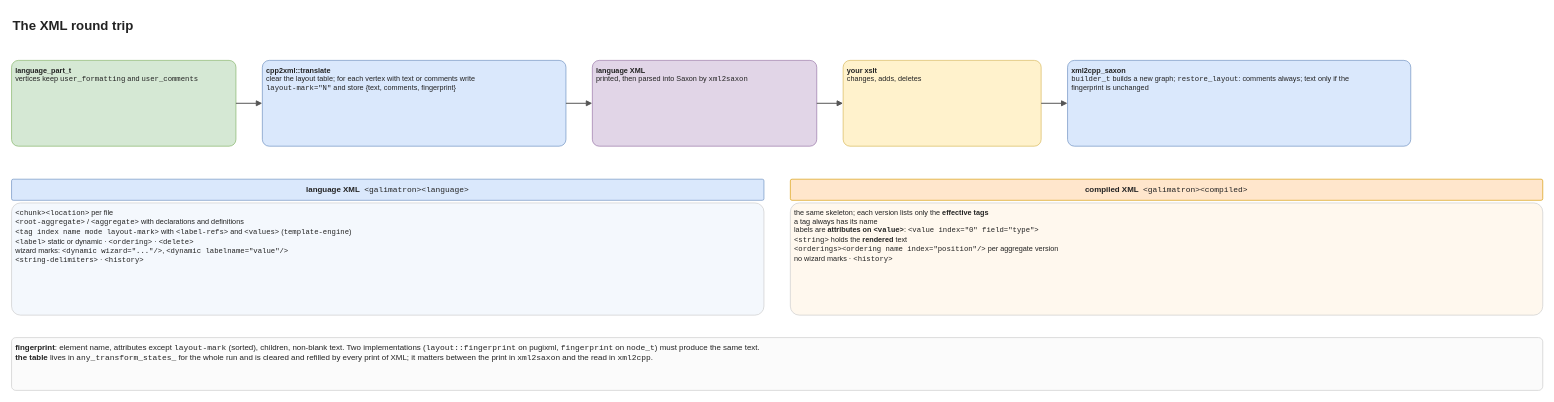
The draw.io diagram drawio/40_dev_xml_roundtrip.drawio in goloveshin/galimatron_doc, before the edit. Source tidied: cells renumbered, new cells numbered last; positions are measured from the earlier drawing's top-left corner, leaving out a move shared by most shapes. Both pictures are drawn from the tidied source at 66%, with x=0, y=0 at pixel (11, 11).
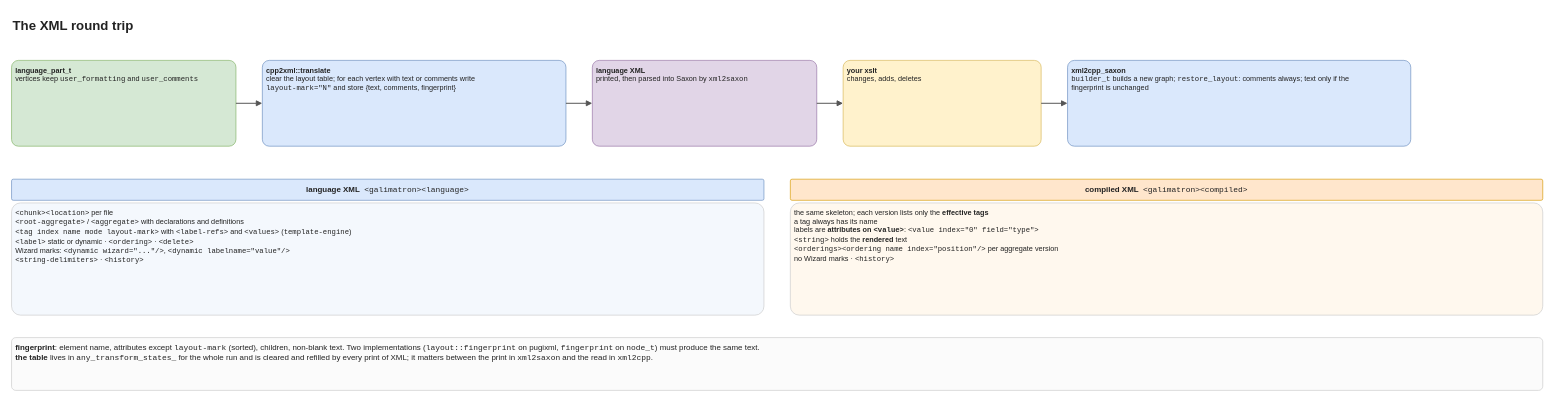
The same diagram, later.

Diff of the diagram source:
```diff
@@
 <mxGraphModel>
   <root>
     <mxCell id="0" />
     <mxCell id="1" parent="0" />
     <mxCell id="2" value="The XML round trip" style="whiteSpace=wrap;html=1;fillColor=none;strokeColor=none;strokeWidth=1;fontSize=20;fontColor=#222222;align=left;verticalAlign=top;spacingLeft=0;spacingRight=4;spacingTop=2;spacingBottom=2;rounded=0;fontStyle=1;strokeColor=none;fillColor=none;" parent="1" vertex="1">
       <mxGeometry width="1500" height="31" as="geometry" />
     </mxCell>
     <mxCell id="3" value="&lt;b&gt;language_part_t&lt;/b&gt;&lt;br&gt;vertices keep &lt;font face=&quot;Consolas&quot;&gt;user_formatting&lt;/font&gt; and &lt;font face=&quot;Consolas&quot;&gt;user_comments&lt;/font&gt;" style="whiteSpace=wrap;html=1;fillColor=#d5e8d4;strokeColor=#82b366;strokeWidth=1;fontSize=11;fontColor=#222222;align=left;verticalAlign=top;spacingLeft=4;spacingRight=4;spacingTop=2;spacingBottom=2;rounded=1;arcSize=8;" parent="1" vertex="1">
       <mxGeometry y="74" width="340" height="130" as="geometry" />
     </mxCell>
     <mxCell id="4" value="&lt;b&gt;cpp2xml::translate&lt;/b&gt;&lt;br&gt;clear the layout table; for each vertex with text or comments write&lt;br&gt;&lt;font face=&quot;Consolas&quot;&gt;layout-mark=&quot;N&quot;&lt;/font&gt; and store {text, comments, fingerprint}" style="whiteSpace=wrap;html=1;fillColor=#dae8fc;strokeColor=#6c8ebf;strokeWidth=1;fontSize=11;fontColor=#222222;align=left;verticalAlign=top;spacingLeft=4;spacingRight=4;spacingTop=2;spacingBottom=2;rounded=1;arcSize=8;" parent="1" vertex="1">
       <mxGeometry x="380" y="74" width="460" height="130" as="geometry" />
     </mxCell>
     <mxCell id="5" value="&lt;b&gt;language XML&lt;/b&gt;&lt;br&gt;printed, then parsed into Saxon by &lt;font face=&quot;Consolas&quot;&gt;xml2saxon&lt;/font&gt;" style="whiteSpace=wrap;html=1;fillColor=#e1d5e7;strokeColor=#9673a6;strokeWidth=1;fontSize=11;fontColor=#222222;align=left;verticalAlign=top;spacingLeft=4;spacingRight=4;spacingTop=2;spacingBottom=2;rounded=1;arcSize=8;" parent="1" vertex="1">
       <mxGeometry x="880" y="74" width="340" height="130" as="geometry" />
     </mxCell>
     <mxCell id="6" value="&lt;b&gt;your xslt&lt;/b&gt;&lt;br&gt;changes, adds, deletes" style="whiteSpace=wrap;html=1;fillColor=#fff2cc;strokeColor=#d6b656;strokeWidth=1;fontSize=11;fontColor=#222222;align=left;verticalAlign=top;spacingLeft=4;spacingRight=4;spacingTop=2;spacingBottom=2;rounded=1;arcSize=8;" parent="1" vertex="1">
       <mxGeometry x="1260" y="74" width="300" height="130" as="geometry" />
     </mxCell>
     <mxCell id="7" value="&lt;b&gt;xml2cpp_saxon&lt;/b&gt;&lt;br&gt;&lt;font face=&quot;Consolas&quot;&gt;builder_t&lt;/font&gt; builds a new graph; &lt;font face=&quot;Consolas&quot;&gt;restore_layout&lt;/font&gt;: comments always; text only if the&lt;br&gt;fingerprint is unchanged" style="whiteSpace=wrap;html=1;fillColor=#dae8fc;strokeColor=#6c8ebf;strokeWidth=1;fontSize=11;fontColor=#222222;align=left;verticalAlign=top;spacingLeft=4;spacingRight=4;spacingTop=2;spacingBottom=2;rounded=1;arcSize=8;" parent="1" vertex="1">
       <mxGeometry x="1600" y="74" width="520" height="130" as="geometry" />
     </mxCell>
     <mxCell id="8" style="html=1;rounded=1;strokeColor=#555555;strokeWidth=1.5;endArrow=block;endFill=1;startArrow=none;fontSize=10;fontColor=#444444;labelBackgroundColor=#ffffff;" parent="1" edge="1" source="3" target="4">
       <mxGeometry relative="1" as="geometry" />
     </mxCell>
     <mxCell id="9" style="html=1;rounded=1;strokeColor=#555555;strokeWidth=1.5;endArrow=block;endFill=1;startArrow=none;fontSize=10;fontColor=#444444;labelBackgroundColor=#ffffff;" parent="1" edge="1" source="4" target="5">
       <mxGeometry relative="1" as="geometry" />
     </mxCell>
     <mxCell id="10" style="html=1;rounded=1;strokeColor=#555555;strokeWidth=1.5;endArrow=block;endFill=1;startArrow=none;fontSize=10;fontColor=#444444;labelBackgroundColor=#ffffff;" parent="1" edge="1" source="5" target="6">
       <mxGeometry relative="1" as="geometry" />
     </mxCell>
     <mxCell id="11" style="html=1;rounded=1;strokeColor=#555555;strokeWidth=1.5;endArrow=block;endFill=1;startArrow=none;fontSize=10;fontColor=#444444;labelBackgroundColor=#ffffff;" parent="1" edge="1" source="6" target="7">
       <mxGeometry relative="1" as="geometry" />
     </mxCell>
     <mxCell id="12" value="&lt;b&gt;language XML&lt;/b&gt;&amp;nbsp;&amp;nbsp;&lt;font face=&quot;Consolas&quot;&gt;&amp;lt;galimatron&amp;gt;&amp;lt;language&amp;gt;&lt;/font&gt;" style="whiteSpace=wrap;html=1;fillColor=#dae8fc;strokeColor=#6c8ebf;strokeWidth=1;fontSize=12;fontColor=#222222;align=center;verticalAlign=middle;spacingLeft=4;spacingRight=4;spacingTop=2;spacingBottom=2;rounded=1;arcSize=8;" parent="1" vertex="1">
       <mxGeometry y="254" width="1140" height="32" as="geometry" />
     </mxCell>
     <mxCell id="13" value="&lt;b&gt;compiled XML&lt;/b&gt;&amp;nbsp;&amp;nbsp;&lt;font face=&quot;Consolas&quot;&gt;&amp;lt;galimatron&amp;gt;&amp;lt;compiled&amp;gt;&lt;/font&gt;" style="whiteSpace=wrap;html=1;fillColor=#ffe6cc;strokeColor=#d79b00;strokeWidth=1;fontSize=12;fontColor=#222222;align=center;verticalAlign=middle;spacingLeft=4;spacingRight=4;spacingTop=2;spacingBottom=2;rounded=1;arcSize=8;" parent="1" vertex="1">
       <mxGeometry x="1180" y="254" width="1140" height="32" as="geometry" />
     </mxCell>
-    <mxCell id="14" value="&lt;font face=&quot;Consolas&quot;&gt;&amp;lt;chunk&amp;gt;&amp;lt;location&amp;gt;&lt;/font&gt; per file&lt;br&gt;&lt;font face=&quot;Consolas&quot;&gt;&amp;lt;root-aggregate&amp;gt;&lt;/font&gt; / &lt;font face=&quot;Consolas&quot;&gt;&amp;lt;aggregate&amp;gt;&lt;/font&gt; with declarations and definitions&lt;br&gt;&lt;font face=&quot;Consolas&quot;&gt;&amp;lt;tag index name mode layout-mark&amp;gt;&lt;/font&gt; with &lt;font face=&quot;Consolas&quot;&gt;&amp;lt;label-refs&amp;gt;&lt;/font&gt; and &lt;font face=&quot;Consolas&quot;&gt;&amp;lt;values&amp;gt;&lt;/font&gt; (&lt;font face=&quot;Consolas&quot;&gt;template-engine&lt;/font&gt;)&lt;br&gt;&lt;font face=&quot;Consolas&quot;&gt;&amp;lt;label&amp;gt;&lt;/font&gt; static or dynamic · &lt;font face=&quot;Consolas&quot;&gt;&amp;lt;ordering&amp;gt;&lt;/font&gt; · &lt;font face=&quot;Consolas&quot;&gt;&amp;lt;delete&amp;gt;&lt;/font&gt;&lt;br&gt;wizard marks: &lt;font face=&quot;Consolas&quot;&gt;&amp;lt;dynamic wizard=&quot;...&quot;/&amp;gt;&lt;/font&gt;, &lt;font face=&quot;Consolas&quot;&gt;&amp;lt;dynamic labelname=&quot;value&quot;/&amp;gt;&lt;/font&gt;&lt;br&gt;&lt;font face=&quot;Consolas&quot;&gt;&amp;lt;string-delimiters&amp;gt;&lt;/font&gt; · &lt;font face=&quot;Consolas&quot;&gt;&amp;lt;history&amp;gt;&lt;/font&gt;" style="whiteSpace=wrap;html=1;fillColor=#f4f8fd;strokeColor=#cccccc;strokeWidth=1;fontSize=11;fontColor=#222222;align=left;verticalAlign=top;spacingLeft=4;spacingRight=4;spacingTop=2;spacingBottom=2;rounded=1;arcSize=8;" parent="1" vertex="1">
+    <mxCell id="14" value="&lt;font face=&quot;Consolas&quot;&gt;&amp;lt;chunk&amp;gt;&amp;lt;location&amp;gt;&lt;/font&gt; per file&lt;br&gt;&lt;font face=&quot;Consolas&quot;&gt;&amp;lt;root-aggregate&amp;gt;&lt;/font&gt; / &lt;font face=&quot;Consolas&quot;&gt;&amp;lt;aggregate&amp;gt;&lt;/font&gt; with declarations and definitions&lt;br&gt;&lt;font face=&quot;Consolas&quot;&gt;&amp;lt;tag index name mode layout-mark&amp;gt;&lt;/font&gt; with &lt;font face=&quot;Consolas&quot;&gt;&amp;lt;label-refs&amp;gt;&lt;/font&gt; and &lt;font face=&quot;Consolas&quot;&gt;&amp;lt;values&amp;gt;&lt;/font&gt; (&lt;font face=&quot;Consolas&quot;&gt;template-engine&lt;/font&gt;)&lt;br&gt;&lt;font face=&quot;Consolas&quot;&gt;&amp;lt;label&amp;gt;&lt;/font&gt; static or dynamic · &lt;font face=&quot;Consolas&quot;&gt;&amp;lt;ordering&amp;gt;&lt;/font&gt; · &lt;font face=&quot;Consolas&quot;&gt;&amp;lt;delete&amp;gt;&lt;/font&gt;&lt;br&gt;Wizard marks: &lt;font face=&quot;Consolas&quot;&gt;&amp;lt;dynamic wizard=&quot;...&quot;/&amp;gt;&lt;/font&gt;, &lt;font face=&quot;Consolas&quot;&gt;&amp;lt;dynamic labelname=&quot;value&quot;/&amp;gt;&lt;/font&gt;&lt;br&gt;&lt;font face=&quot;Consolas&quot;&gt;&amp;lt;string-delimiters&amp;gt;&lt;/font&gt; · &lt;font face=&quot;Consolas&quot;&gt;&amp;lt;history&amp;gt;&lt;/font&gt;" style="whiteSpace=wrap;html=1;fillColor=#f4f8fd;strokeColor=#cccccc;strokeWidth=1;fontSize=11;fontColor=#222222;align=left;verticalAlign=top;spacingLeft=4;spacingRight=4;spacingTop=2;spacingBottom=2;rounded=1;arcSize=8;" parent="1" vertex="1">
       <mxGeometry y="290" width="1140" height="170" as="geometry" />
     </mxCell>
-    <mxCell id="15" value="the same skeleton; each version lists only the &lt;b&gt;effective tags&lt;/b&gt;&lt;br&gt;a tag always has its name&lt;br&gt;labels are &lt;b&gt;attributes on &lt;font face=&quot;Consolas&quot;&gt;&amp;lt;value&amp;gt;&lt;/font&gt;&lt;/b&gt;: &lt;font face=&quot;Consolas&quot;&gt;&amp;lt;value index=&quot;0&quot; field=&quot;type&quot;&amp;gt;&lt;/font&gt;&lt;br&gt;&lt;font face=&quot;Consolas&quot;&gt;&amp;lt;string&amp;gt;&lt;/font&gt; holds the &lt;b&gt;rendered&lt;/b&gt; text&lt;br&gt;&lt;font face=&quot;Consolas&quot;&gt;&amp;lt;orderings&amp;gt;&amp;lt;ordering name index=&quot;position&quot;/&amp;gt;&lt;/font&gt; per aggregate version&lt;br&gt;no wizard marks · &lt;font face=&quot;Consolas&quot;&gt;&amp;lt;history&amp;gt;&lt;/font&gt;" style="whiteSpace=wrap;html=1;fillColor=#fff8ee;strokeColor=#cccccc;strokeWidth=1;fontSize=11;fontColor=#222222;align=left;verticalAlign=top;spacingLeft=4;spacingRight=4;spacingTop=2;spacingBottom=2;rounded=1;arcSize=8;" parent="1" vertex="1">
+    <mxCell id="15" value="the same skeleton; each version lists only the &lt;b&gt;effective tags&lt;/b&gt;&lt;br&gt;a tag always has its name&lt;br&gt;labels are &lt;b&gt;attributes on &lt;font face=&quot;Consolas&quot;&gt;&amp;lt;value&amp;gt;&lt;/font&gt;&lt;/b&gt;: &lt;font face=&quot;Consolas&quot;&gt;&amp;lt;value index=&quot;0&quot; field=&quot;type&quot;&amp;gt;&lt;/font&gt;&lt;br&gt;&lt;font face=&quot;Consolas&quot;&gt;&amp;lt;string&amp;gt;&lt;/font&gt; holds the &lt;b&gt;rendered&lt;/b&gt; text&lt;br&gt;&lt;font face=&quot;Consolas&quot;&gt;&amp;lt;orderings&amp;gt;&amp;lt;ordering name index=&quot;position&quot;/&amp;gt;&lt;/font&gt; per aggregate version&lt;br&gt;no Wizard marks · &lt;font face=&quot;Consolas&quot;&gt;&amp;lt;history&amp;gt;&lt;/font&gt;" style="whiteSpace=wrap;html=1;fillColor=#fff8ee;strokeColor=#cccccc;strokeWidth=1;fontSize=11;fontColor=#222222;align=left;verticalAlign=top;spacingLeft=4;spacingRight=4;spacingTop=2;spacingBottom=2;rounded=1;arcSize=8;" parent="1" vertex="1">
       <mxGeometry x="1180" y="290" width="1140" height="170" as="geometry" />
     </mxCell>
     <mxCell id="16" value="&lt;b&gt;fingerprint&lt;/b&gt;: element name, attributes except &lt;font face=&quot;Consolas&quot;&gt;layout-mark&lt;/font&gt; (sorted), children, non-blank text. Two implementations (&lt;font face=&quot;Consolas&quot;&gt;layout::fingerprint&lt;/font&gt; on pugixml, &lt;font face=&quot;Consolas&quot;&gt;fingerprint&lt;/font&gt; on &lt;font face=&quot;Consolas&quot;&gt;node_t&lt;/font&gt;) must produce the same text.&lt;br&gt;&lt;b&gt;the table&lt;/b&gt; lives in &lt;font face=&quot;Consolas&quot;&gt;any_transform_states_&lt;/font&gt; for the whole run and is cleared and refilled by every print of XML; it matters between the print in &lt;font face=&quot;Consolas&quot;&gt;xml2saxon&lt;/font&gt; and the read in &lt;font face=&quot;Consolas&quot;&gt;xml2cpp&lt;/font&gt;." style="whiteSpace=wrap;html=1;fillColor=#fbfbfb;strokeColor=#cccccc;strokeWidth=1;fontSize=12;fontColor=#222222;align=left;verticalAlign=top;spacingLeft=4;spacingRight=4;spacingTop=2;spacingBottom=2;rounded=1;arcSize=8;" parent="1" vertex="1">
       <mxGeometry y="494" width="2320" height="80" as="geometry" />
     </mxCell>
   </root>
 </mxGraphModel>
```
